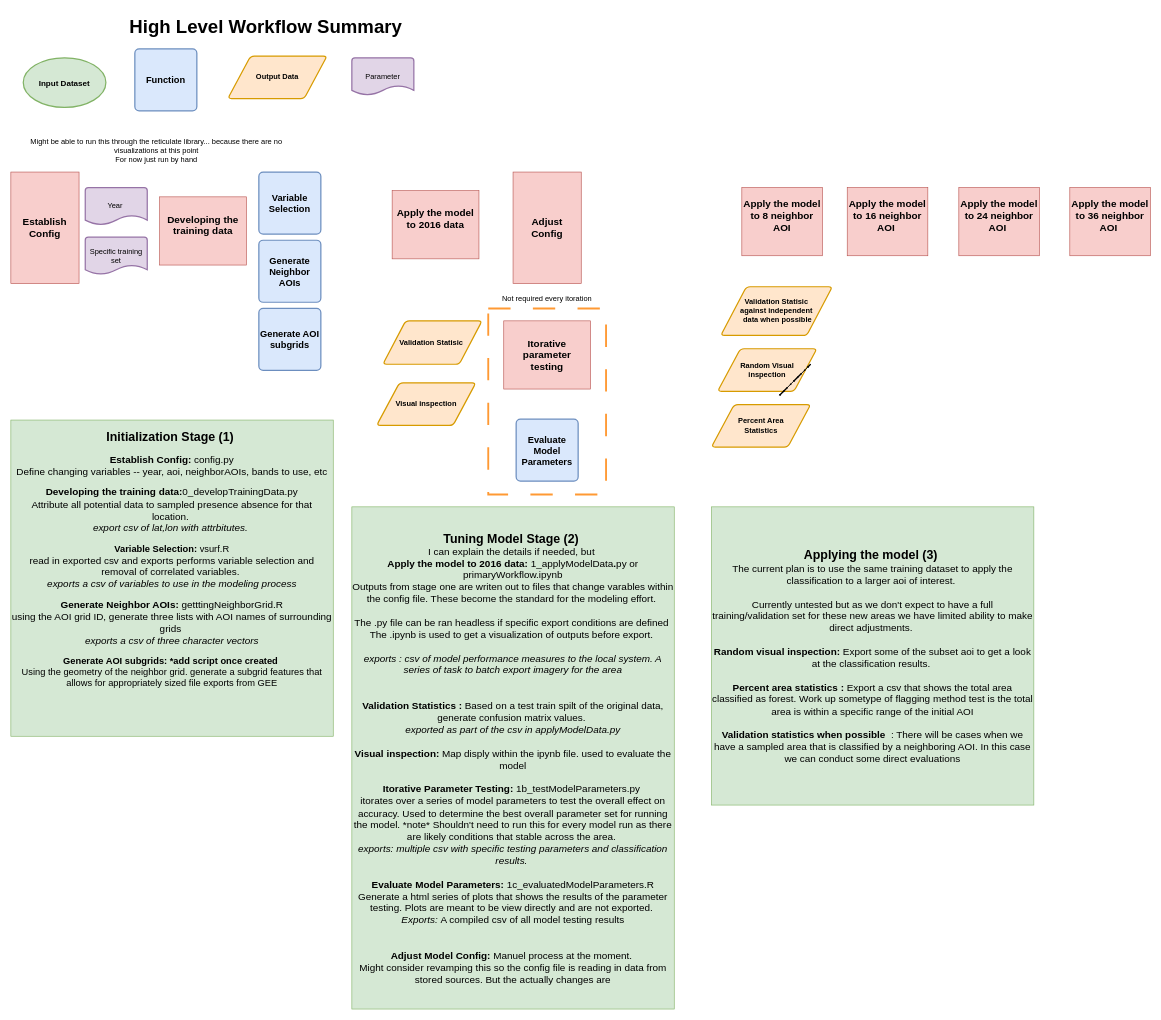
This is page "High Level workflow summary" (3 of 3) of flowcharts/fullWorkflow.drawio from GeospatialCentroid/Agroforestry, a draw.io file, before an edit. Source tidied: cells renumbered, new cells numbered last; positions are measured from the earlier drawing's top-left corner, leaving out a move shared by most shapes. Both pictures are drawn from the tidied source at 62%, with x=0, y=0 at pixel (11, 11).
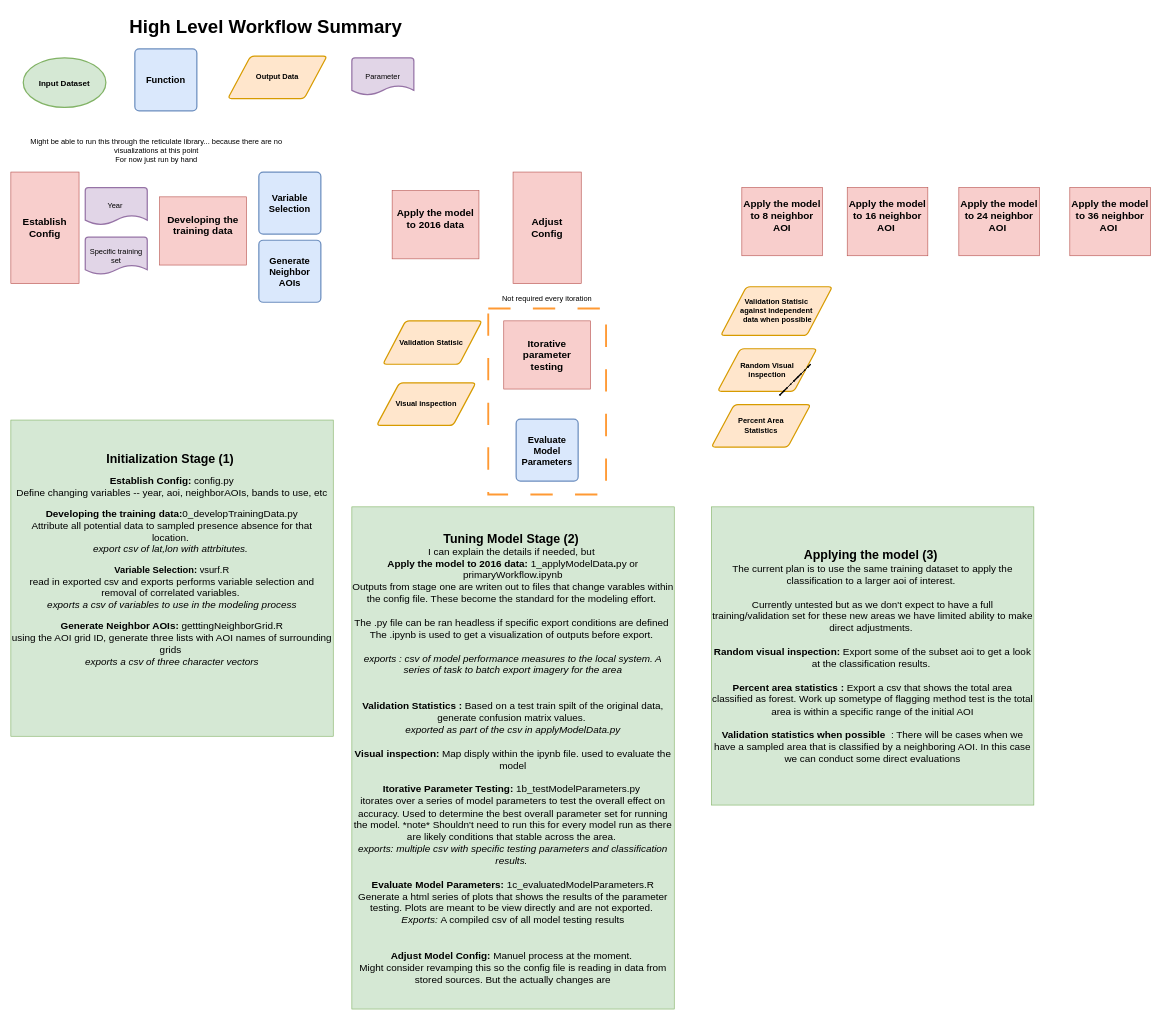
The same page after the edit.

Commit message (it also covers changes not shown here):
big update on the apply model process

The edit, as a diff of the source:
```diff
@@
-    <mxCell id="19" value="&lt;font style=&quot;&quot;&gt;&lt;b style=&quot;border-color: var(--border-color);&quot;&gt;&lt;font style=&quot;font-size: 20px;&quot;&gt;Initialization Stage (1)&amp;nbsp;&lt;br&gt;&lt;/font&gt;&lt;br&gt;&lt;span style=&quot;font-size: 16px;&quot;&gt;Establish Config: &lt;/span&gt;&lt;/b&gt;&lt;span style=&quot;font-size: 16px; border-color: var(--border-color);&quot;&gt;config.py&lt;br&gt;&lt;/span&gt;&lt;span style=&quot;font-size: 16px;&quot;&gt;Define changing variables -- year, aoi, neighborAOIs, bands to use, etc&lt;/span&gt;&lt;br&gt;&lt;br&gt;&lt;b style=&quot;font-size: 16px;&quot;&gt;Developing the training data:&lt;/b&gt;&lt;span style=&quot;font-size: 16px;&quot;&gt;0_developTrainingData.py&lt;/span&gt;&lt;br&gt;&lt;span style=&quot;font-size: 16px;&quot;&gt;Attribute all potential data to sampled presence absence for that location.&amp;nbsp;&lt;/span&gt;&lt;br&gt;&lt;i style=&quot;font-size: 16px;&quot;&gt;export csv of lat,lon with attrbitutes.&amp;nbsp;&lt;br&gt;&lt;/i&gt;&lt;br&gt;&lt;span style=&quot;font-size: 12px; border-color: var(--border-color);&quot;&gt;&lt;font style=&quot;border-color: var(--border-color); font-size: 15px;&quot;&gt;&lt;b&gt;Variable Selection: &lt;/b&gt;vsurf.R&lt;br&gt;&lt;/font&gt;&lt;/span&gt;&lt;span style=&quot;font-size: 16px;&quot;&gt;read in exported csv and exports performs variable selection and removal of correlated variables.&amp;nbsp;&lt;/span&gt;&lt;br&gt;&lt;i style=&quot;font-size: 16px;&quot;&gt;exports a csv of variables to use in the modeling process&lt;br&gt;&lt;/i&gt;&lt;br&gt;&lt;b style=&quot;font-size: 16px;&quot;&gt;Generate Neighbor AOIs: &lt;/b&gt;&lt;span style=&quot;font-size: 16px;&quot;&gt;getttingNeighborGrid.R&lt;/span&gt;&lt;br&gt;&lt;span style=&quot;font-size: 16px;&quot;&gt;using the AOI grid ID, generate three lists with AOI names of surrounding grids&amp;nbsp;&lt;br&gt;&lt;i&gt;exports a csv of three character vectors&lt;/i&gt;&lt;br&gt;&lt;/span&gt;&lt;br&gt;&lt;span style=&quot;border-color: var(--border-color);&quot;&gt;&lt;font style=&quot;border-color: var(--border-color); font-size: 15px;&quot;&gt;&lt;b&gt;Generate AOI subgrids: *add script once created&amp;nbsp;&lt;/b&gt;&lt;br&gt;Using the geometry of the neighbor grid. generate a subgrid features that allows for appropriately sized file exports from GEE&lt;br&gt;&lt;br&gt;&lt;/font&gt;&lt;/span&gt;&lt;br&gt;&lt;br&gt;&lt;br&gt;&lt;/font&gt;" style="rounded=0;whiteSpace=wrap;html=1;fillColor=#d5e8d4;strokeColor=#82b366;" parent="1" vertex="1">
+    <mxCell id="19" value="&lt;font style=&quot;&quot;&gt;&lt;b style=&quot;border-color: var(--border-color);&quot;&gt;&lt;font style=&quot;font-size: 20px;&quot;&gt;Initialization Stage (1)&amp;nbsp;&lt;br&gt;&lt;/font&gt;&lt;br&gt;&lt;span style=&quot;font-size: 16px;&quot;&gt;Establish Config: &lt;/span&gt;&lt;/b&gt;&lt;span style=&quot;font-size: 16px; border-color: var(--border-color);&quot;&gt;config.py&lt;br&gt;&lt;/span&gt;&lt;span style=&quot;font-size: 16px;&quot;&gt;Define changing variables -- year, aoi, neighborAOIs, bands to use, etc&lt;/span&gt;&lt;br&gt;&lt;br&gt;&lt;b style=&quot;font-size: 16px;&quot;&gt;Developing the training data:&lt;/b&gt;&lt;span style=&quot;font-size: 16px;&quot;&gt;0_developTrainingData.py&lt;/span&gt;&lt;br&gt;&lt;span style=&quot;font-size: 16px;&quot;&gt;Attribute all potential data to sampled presence absence for that location.&amp;nbsp;&lt;/span&gt;&lt;br&gt;&lt;i style=&quot;font-size: 16px;&quot;&gt;export csv of lat,lon with attrbitutes.&amp;nbsp;&lt;br&gt;&lt;/i&gt;&lt;br&gt;&lt;span style=&quot;font-size: 12px; border-color: var(--border-color);&quot;&gt;&lt;font style=&quot;border-color: var(--border-color); font-size: 15px;&quot;&gt;&lt;b&gt;Variable Selection: &lt;/b&gt;vsurf.R&lt;br&gt;&lt;/font&gt;&lt;/span&gt;&lt;span style=&quot;font-size: 16px;&quot;&gt;read in exported csv and exports performs variable selection and removal of correlated variables.&amp;nbsp;&lt;/span&gt;&lt;br&gt;&lt;i style=&quot;font-size: 16px;&quot;&gt;exports a csv of variables to use in the modeling process&lt;br&gt;&lt;/i&gt;&lt;br&gt;&lt;b style=&quot;font-size: 16px;&quot;&gt;Generate Neighbor AOIs: &lt;/b&gt;&lt;span style=&quot;font-size: 16px;&quot;&gt;getttingNeighborGrid.R&lt;/span&gt;&lt;br&gt;&lt;span style=&quot;font-size: 16px;&quot;&gt;using the AOI grid ID, generate three lists with AOI names of surrounding grids&amp;nbsp;&lt;br&gt;&lt;i&gt;exports a csv of three character vectors&lt;/i&gt;&lt;/span&gt;&lt;span style=&quot;border-color: var(--border-color);&quot;&gt;&lt;font style=&quot;border-color: var(--border-color); font-size: 15px;&quot;&gt;&lt;br&gt;&lt;br&gt;&lt;/font&gt;&lt;/span&gt;&lt;br&gt;&lt;br&gt;&lt;br&gt;&lt;/font&gt;" style="rounded=0;whiteSpace=wrap;html=1;fillColor=#d5e8d4;strokeColor=#82b366;" parent="1" vertex="1">
       <mxGeometry y="660" width="520" height="510" as="geometry" />
     </mxCell>
@@
-    <mxCell id="32" value="&lt;b&gt;&lt;font style=&quot;font-size: 15px;&quot;&gt;Generate AOI subgrids&lt;/font&gt;&lt;/b&gt;" style="rounded=1;whiteSpace=wrap;html=1;absoluteArcSize=1;arcSize=14;strokeWidth=2;fillColor=#dae8fc;strokeColor=#6c8ebf;" parent="1" vertex="1">
-      <mxGeometry x="400" y="480" width="100" height="100" as="geometry" />
-    </mxCell>
```
